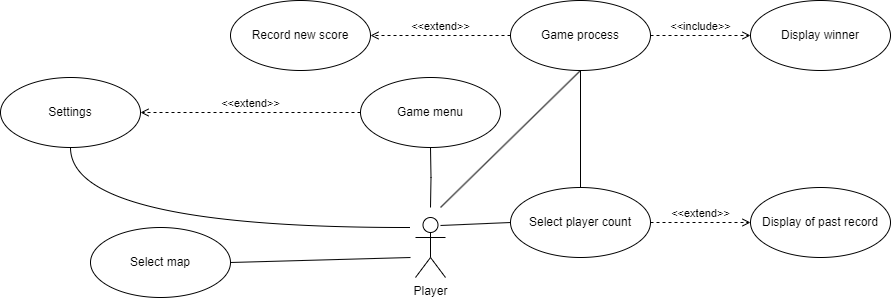
Before: docs/diagrams/UseCaseDiagram.png, a diagram exported from draw.io (PanLipton/-KNU-Car-Rasing). Source tidied: cells renumbered, new cells last; positions are measured from the earlier drawing's top-left corner, leaving out a move shared by most shapes. The source it was exported from:
```xml
<mxGraphModel>
  <root>
    <mxCell id="0" />
    <mxCell id="1" parent="0" />
    <mxCell id="2" value="Game menu" style="ellipse;whiteSpace=wrap;html=1;" parent="1" vertex="1">
      <mxGeometry x="360" y="77" width="140" height="70" as="geometry" />
    </mxCell>
    <mxCell id="3" value="Player" style="shape=umlActor;verticalLabelPosition=bottom;verticalAlign=top;html=1;" parent="1" vertex="1">
      <mxGeometry x="415" y="217" width="30" height="60" as="geometry" />
    </mxCell>
    <mxCell id="4" style="edgeStyle=orthogonalEdgeStyle;rounded=0;jettySize=auto;html=1;entryX=0.5;entryY=1;entryDx=0;entryDy=0;strokeColor=default;curved=0;endArrow=none;endFill=0;" parent="1" edge="1" target="2">
      <mxGeometry relative="1" as="geometry">
        <mxPoint x="430" y="207" as="sourcePoint" />
      </mxGeometry>
    </mxCell>
    <mxCell id="5" value="Settings" style="ellipse;whiteSpace=wrap;html=1;" parent="1" vertex="1">
      <mxGeometry y="77" width="140" height="70" as="geometry" />
    </mxCell>
    <mxCell id="6" value="Select player count" style="ellipse;whiteSpace=wrap;html=1;" parent="1" vertex="1">
      <mxGeometry x="510" y="187" width="140" height="70" as="geometry" />
    </mxCell>
    <mxCell id="7" value="Game process" style="ellipse;whiteSpace=wrap;html=1;" parent="1" vertex="1">
      <mxGeometry x="510" width="140" height="70" as="geometry" />
    </mxCell>
    <mxCell id="8" style="edgeStyle=orthogonalEdgeStyle;rounded=0;jettySize=auto;html=1;strokeColor=default;curved=0;endArrow=none;endFill=0;entryX=0.5;entryY=1;entryDx=0;entryDy=0;exitX=0.5;exitY=0;exitDx=0;exitDy=0;" parent="1" edge="1" source="6" target="7">
      <mxGeometry relative="1" as="geometry" />
    </mxCell>
    <mxCell id="9" value="Display of past record" style="ellipse;whiteSpace=wrap;html=1;" parent="1" vertex="1">
      <mxGeometry x="750" y="187" width="140" height="70" as="geometry" />
    </mxCell>
    <mxCell id="10" value="&amp;lt;&amp;lt;extend&amp;gt;&amp;gt;" style="html=1;verticalAlign=bottom;labelBackgroundColor=none;endArrow=open;endFill=0;dashed=1;rounded=0;exitX=0;exitY=0.5;exitDx=0;exitDy=0;entryX=1;entryY=0.5;entryDx=0;entryDy=0;" parent="1" edge="1" source="2" target="5">
      <mxGeometry relative="1" as="geometry" />
    </mxCell>
    <mxCell id="11" value="&amp;lt;&amp;lt;extend&amp;gt;&amp;gt;" style="html=1;verticalAlign=bottom;labelBackgroundColor=none;endArrow=open;endFill=0;dashed=1;rounded=0;exitX=0;exitY=0.5;exitDx=0;exitDy=0;entryX=1;entryY=0.5;entryDx=0;entryDy=0;" parent="1" edge="1" source="7" target="12">
      <mxGeometry relative="1" as="geometry" />
    </mxCell>
    <mxCell id="12" value="Record new score" style="ellipse;whiteSpace=wrap;html=1;" parent="1" vertex="1">
      <mxGeometry x="230" width="140" height="70" as="geometry" />
    </mxCell>
    <mxCell id="13" value="&amp;lt;&amp;lt;include&amp;gt;&amp;gt;" style="html=1;verticalAlign=bottom;labelBackgroundColor=none;endArrow=open;endFill=0;dashed=1;rounded=0;exitX=1;exitY=0.5;exitDx=0;exitDy=0;entryX=0;entryY=0.5;entryDx=0;entryDy=0;" parent="1" edge="1" source="7" target="14">
      <mxGeometry relative="1" as="geometry" />
    </mxCell>
    <mxCell id="14" value="Display winner" style="ellipse;whiteSpace=wrap;html=1;" parent="1" vertex="1">
      <mxGeometry x="750" width="140" height="70" as="geometry" />
    </mxCell>
    <mxCell id="15" style="edgeStyle=orthogonalEdgeStyle;rounded=0;jettySize=auto;html=1;strokeColor=default;curved=1;endArrow=none;endFill=0;entryX=0.5;entryY=1;entryDx=0;entryDy=0;" parent="1" edge="1" target="5">
      <mxGeometry relative="1" as="geometry">
        <mxPoint x="410" y="227" as="sourcePoint" />
      </mxGeometry>
    </mxCell>
    <mxCell id="16" style="rounded=0;jettySize=auto;html=1;entryX=0;entryY=0.5;entryDx=0;entryDy=0;strokeColor=default;endArrow=none;endFill=0;" parent="1" edge="1" target="6">
      <mxGeometry relative="1" as="geometry">
        <mxPoint x="440" y="225" as="sourcePoint" />
      </mxGeometry>
    </mxCell>
    <mxCell id="17" value="&amp;lt;&amp;lt;extend&amp;gt;&amp;gt;" style="html=1;verticalAlign=bottom;labelBackgroundColor=none;endArrow=open;endFill=0;dashed=1;rounded=0;exitX=1;exitY=0.5;exitDx=0;exitDy=0;entryX=0;entryY=0.5;entryDx=0;entryDy=0;" parent="1" edge="1" source="6" target="9">
      <mxGeometry relative="1" as="geometry" />
    </mxCell>
    <mxCell id="18" style="rounded=0;jettySize=auto;html=1;entryX=0.5;entryY=1;entryDx=0;entryDy=0;strokeColor=default;endArrow=none;endFill=0;" parent="1" edge="1" target="7">
      <mxGeometry relative="1" as="geometry">
        <mxPoint x="440" y="207" as="sourcePoint" />
      </mxGeometry>
    </mxCell>
    <mxCell id="19" value="Select map" style="ellipse;whiteSpace=wrap;html=1;" parent="1" vertex="1">
      <mxGeometry x="90" y="227" width="140" height="70" as="geometry" />
    </mxCell>
    <mxCell id="20" style="rounded=0;jettySize=auto;html=1;entryX=1;entryY=0.5;entryDx=0;entryDy=0;strokeColor=default;endArrow=none;endFill=0;" parent="1" edge="1" target="19">
      <mxGeometry relative="1" as="geometry">
        <mxPoint x="410" y="257" as="sourcePoint" />
      </mxGeometry>
    </mxCell>
  </root>
</mxGraphModel>
```
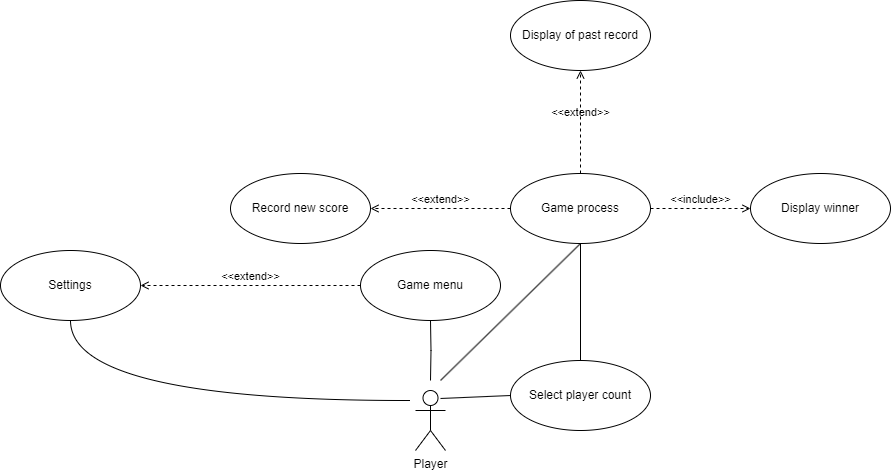
Later version of the same file.

Commit message:
Update gitignore and update diagram

What changed in the source:
```diff
@@ -26,7 +26,7 @@
       <mxGeometry relative="1" as="geometry" />
     </mxCell>
     <mxCell id="9" value="Display of past record" style="ellipse;whiteSpace=wrap;html=1;" parent="1" vertex="1">
-      <mxGeometry x="750" y="187" width="140" height="70" as="geometry" />
+      <mxGeometry x="510" y="-173" width="140" height="70" as="geometry" />
     </mxCell>
     <mxCell id="10" value="&amp;lt;&amp;lt;extend&amp;gt;&amp;gt;" style="html=1;verticalAlign=bottom;labelBackgroundColor=none;endArrow=open;endFill=0;dashed=1;rounded=0;exitX=0;exitY=0.5;exitDx=0;exitDy=0;entryX=1;entryY=0.5;entryDx=0;entryDy=0;" parent="1" edge="1" source="2" target="5">
       <mxGeometry relative="1" as="geometry" />
@@ -53,7 +53,7 @@
         <mxPoint x="440" y="225" as="sourcePoint" />
       </mxGeometry>
     </mxCell>
-    <mxCell id="17" value="&amp;lt;&amp;lt;extend&amp;gt;&amp;gt;" style="html=1;verticalAlign=bottom;labelBackgroundColor=none;endArrow=open;endFill=0;dashed=1;rounded=0;exitX=1;exitY=0.5;exitDx=0;exitDy=0;entryX=0;entryY=0.5;entryDx=0;entryDy=0;" parent="1" edge="1" source="6" target="9">
+    <mxCell id="17" value="&amp;lt;&amp;lt;extend&amp;gt;&amp;gt;" style="html=1;verticalAlign=bottom;labelBackgroundColor=none;endArrow=open;endFill=0;dashed=1;rounded=0;exitX=0.5;exitY=0;exitDx=0;exitDy=0;entryX=0.5;entryY=1;entryDx=0;entryDy=0;" parent="1" edge="1" source="7" target="9">
       <mxGeometry relative="1" as="geometry" />
     </mxCell>
     <mxCell id="18" style="rounded=0;jettySize=auto;html=1;entryX=0.5;entryY=1;entryDx=0;entryDy=0;strokeColor=default;endArrow=none;endFill=0;" parent="1" edge="1" target="7">
@@ -61,13 +61,5 @@
         <mxPoint x="440" y="207" as="sourcePoint" />
       </mxGeometry>
     </mxCell>
-    <mxCell id="19" value="Select map" style="ellipse;whiteSpace=wrap;html=1;" parent="1" vertex="1">
-      <mxGeometry x="90" y="227" width="140" height="70" as="geometry" />
-    </mxCell>
-    <mxCell id="20" style="rounded=0;jettySize=auto;html=1;entryX=1;entryY=0.5;entryDx=0;entryDy=0;strokeColor=default;endArrow=none;endFill=0;" parent="1" edge="1" target="19">
-      <mxGeometry relative="1" as="geometry">
-        <mxPoint x="410" y="257" as="sourcePoint" />
-      </mxGeometry>
-    </mxCell>
   </root>
 </mxGraphModel>
```
